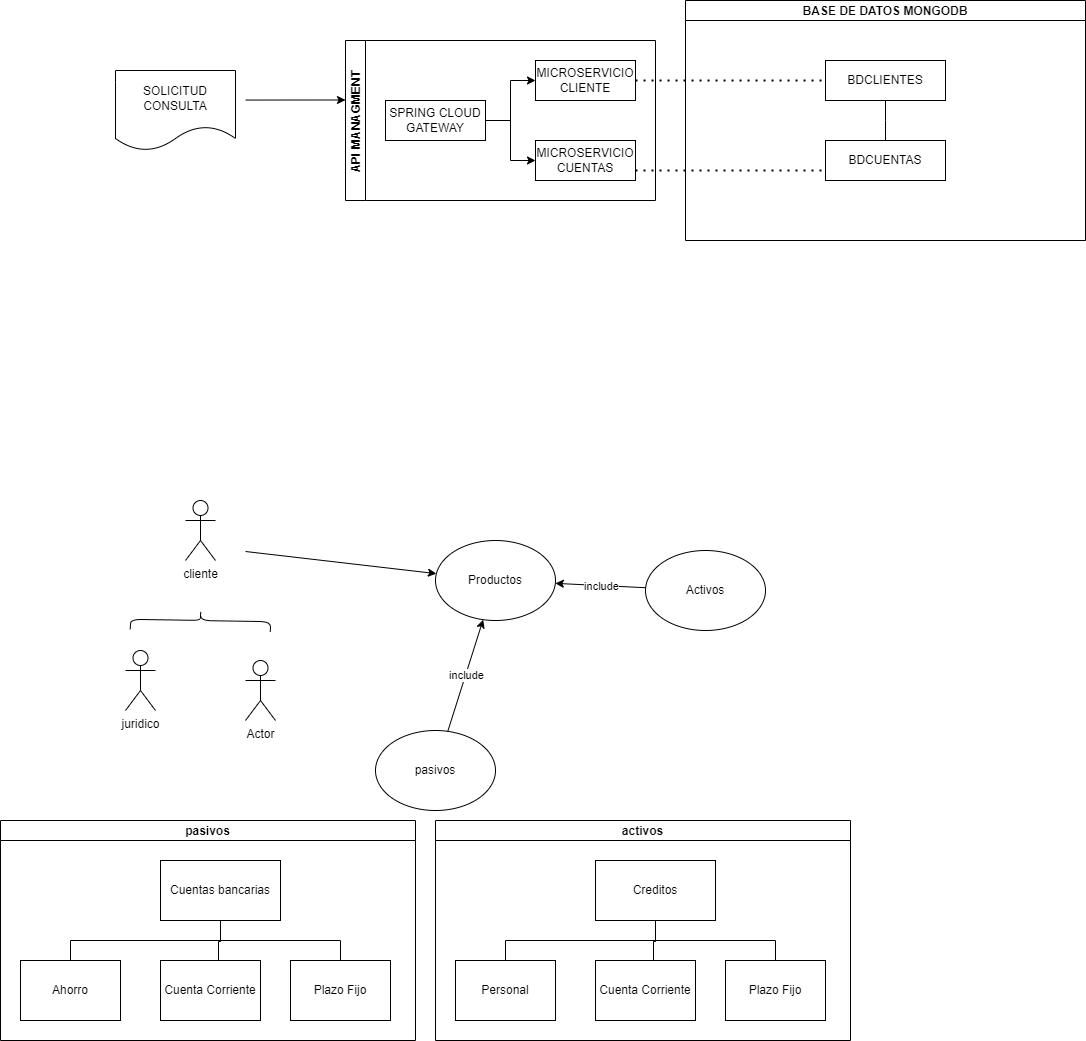
Earlier version of the draw.io export proyectosemana1/CUN proyecto semana 1.drawio.png (joffrehermosilla/proyectosemana1). Source tidied: cells renumbered, new cells last; positions are measured from the earlier drawing's top-left corner, leaving out a move shared by most shapes.
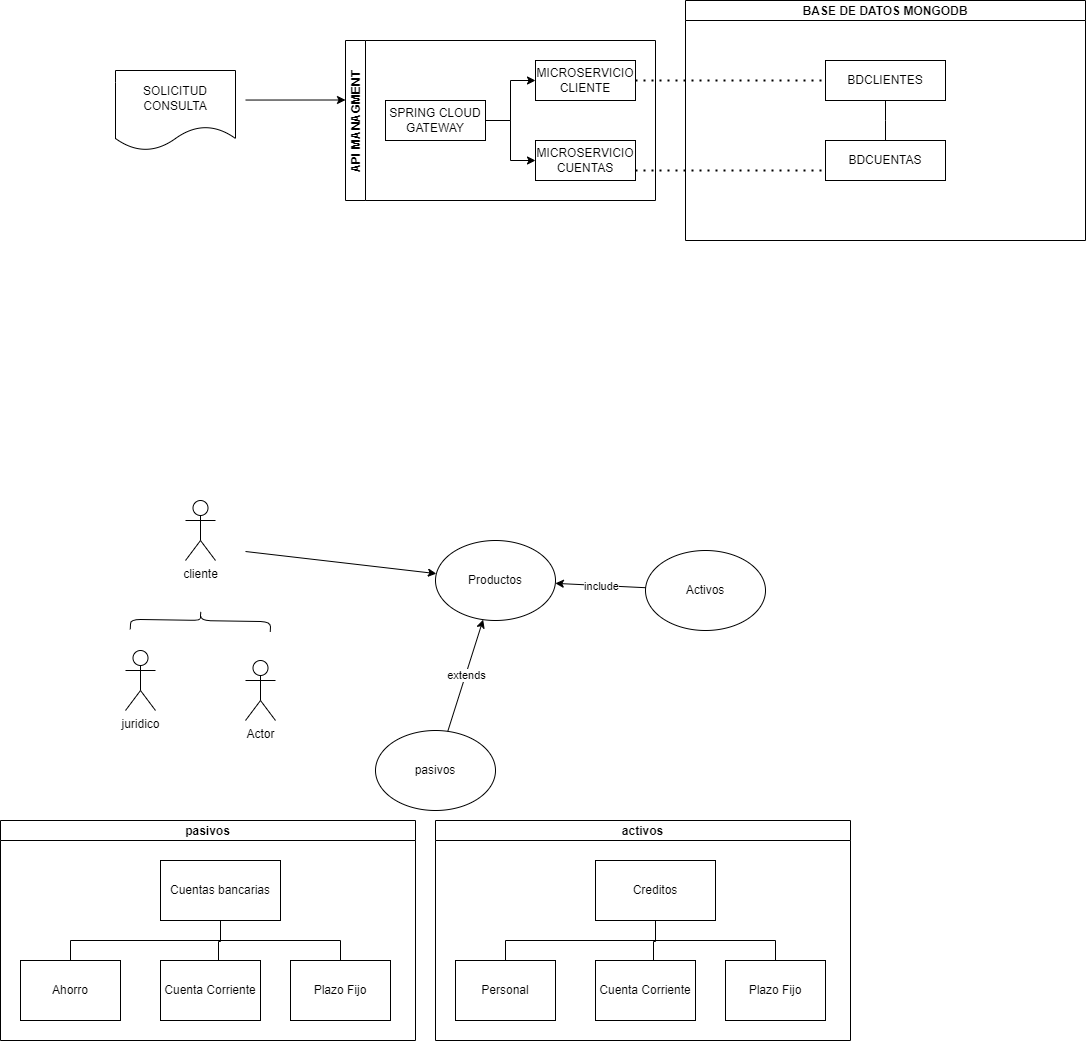
After the change.

What changed in the source:
```diff
@@ -37,7 +37,7 @@
     <mxCell id="12" style="endArrow=classic;html=1;rounded=0;" parent="1" edge="1" source="5" target="4">
       <mxGeometry relative="1" as="geometry" />
     </mxCell>
-    <mxCell id="13" value="include" style="edgeLabel;html=1;align=center;verticalAlign=middle;" parent="12" vertex="1">
+    <mxCell id="13" value="extends" style="edgeLabel;html=1;align=center;verticalAlign=middle;" parent="12" vertex="1">
       <mxGeometry relative="1" as="geometry" />
     </mxCell>
     <mxCell id="14" value="API MANAGMENT" style="swimlane;startSize=20;horizontal=0;horizontalTree=1;containerType=tree;" parent="1" vertex="1">
```
